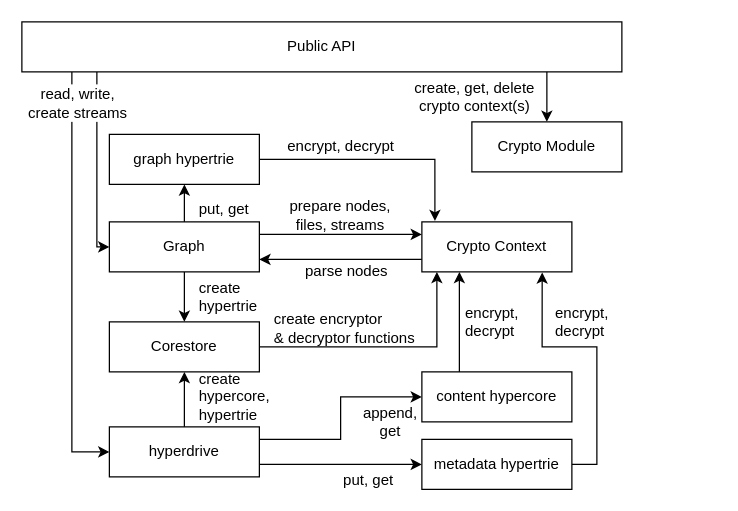
Before: docs/architecture-crypto.drawio in fsteff/certacrypt, a draw.io diagram. Source tidied: cells renumbered, new cells numbered last; positions are measured from the earlier drawing's top-left corner, leaving out a move shared by most shapes. Both pictures are drawn from the tidied source at 125%, with x=0, y=0 at pixel (21, 21).
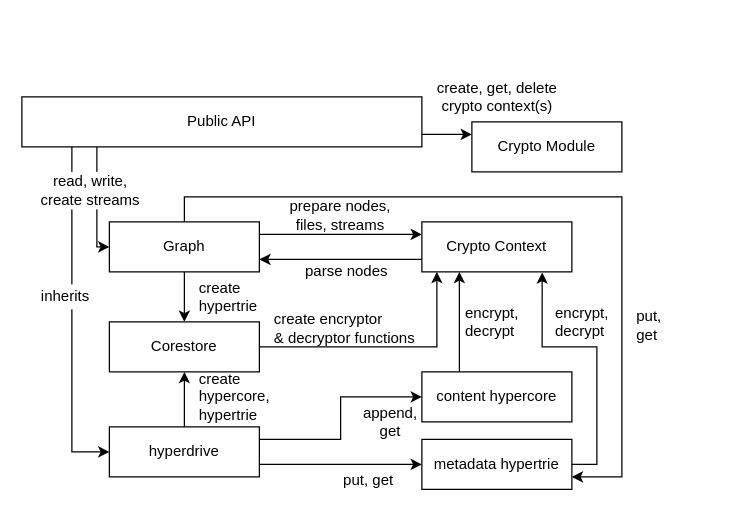
Above is the later version.

The change refers to these unchanged cells:
```xml
<mxCell id="7" value="Crypto Context" style="rounded=0;whiteSpace=wrap;html=1;" parent="1" vertex="1">
  <mxGeometry x="320" y="160" width="120" height="40" as="geometry" />
</mxCell>
<mxCell id="11" value="Graph" style="rounded=0;whiteSpace=wrap;html=1;" parent="1" vertex="1">
  <mxGeometry x="70" y="160" width="120" height="40" as="geometry" />
</mxCell>
<mxCell id="19" value="metadata hypertrie" style="rounded=0;whiteSpace=wrap;html=1;" parent="1" vertex="1">
  <mxGeometry x="320" y="334" width="120" height="40" as="geometry" />
</mxCell>
<mxCell id="33" value="Crypto Module" style="rounded=0;whiteSpace=wrap;html=1;labelBackgroundColor=none;align=center;" parent="1" vertex="1">
  <mxGeometry x="360" y="80" width="120" height="40" as="geometry" />
</mxCell>
```

What changed in the source:
```diff
@@
-    <mxCell id="3" style="edgeStyle=orthogonalEdgeStyle;rounded=0;jettySize=auto;html=1;entryX=0.5;entryY=0;entryDx=0;entryDy=0;exitX=0.867;exitY=0.925;exitDx=0;exitDy=0;exitPerimeter=0;" parent="1" edge="1" source="5" target="33">
-      <mxGeometry relative="1" as="geometry">
-        <Array as="points">
-          <mxPoint x="420" y="37" />
-        </Array>
-      </mxGeometry>
+    <mxCell id="3" style="edgeStyle=orthogonalEdgeStyle;rounded=0;jettySize=auto;html=1;entryX=0;entryY=0.25;entryDx=0;entryDy=0;exitX=1;exitY=0.75;exitDx=0;exitDy=0;" parent="1" edge="1" source="5" target="33">
+      <mxGeometry relative="1" as="geometry" />
     </mxCell>
@@
     <mxCell id="5" value="Public API" style="rounded=0;whiteSpace=wrap;html=1;" parent="1" vertex="1">
-      <mxGeometry width="480" height="40" as="geometry" />
+      <mxGeometry y="60" width="320" height="40" as="geometry" />
     </mxCell>
@@
-    <mxCell id="10" style="edgeStyle=orthogonalEdgeStyle;rounded=0;jettySize=auto;html=1;entryX=0.5;entryY=1;entryDx=0;entryDy=0;" parent="1" edge="1" source="11" target="30">
-      <mxGeometry relative="1" as="geometry" />
-    </mxCell>
+    <mxCell id="38" style="edgeStyle=none;rounded=0;jettySize=auto;html=1;entryX=1;entryY=0.75;entryDx=0;entryDy=0;" parent="1" edge="1" source="11" target="19">
+      <mxGeometry relative="1" as="geometry">
+        <Array as="points">
+          <mxPoint x="130" y="140" />
+          <mxPoint x="480" y="140" />
+          <mxPoint x="480" y="364" />
+        </Array>
+      </mxGeometry>
+    </mxCell>
@@
-    <mxCell id="29" style="edgeStyle=orthogonalEdgeStyle;rounded=0;jettySize=auto;html=1;entryX=0.087;entryY=-0.018;entryDx=0;entryDy=0;entryPerimeter=0;" parent="1" edge="1" source="30" target="7">
-      <mxGeometry relative="1" as="geometry">
-        <Array as="points">
-          <mxPoint x="330" y="110" />
-          <mxPoint x="330" y="159" />
-        </Array>
-      </mxGeometry>
-    </mxCell>
-    <mxCell id="30" value="graph hypertrie" style="rounded=0;whiteSpace=wrap;html=1;labelBackgroundColor=none;fillColor=#ffffff;align=center;" parent="1" vertex="1">
-      <mxGeometry x="70" y="90" width="120" height="40" as="geometry" />
-    </mxCell>
-    <mxCell id="31" value="encrypt, decrypt" style="text;html=1;strokeColor=none;fillColor=none;align=center;verticalAlign=middle;whiteSpace=wrap;rounded=0;labelBackgroundColor=none;" parent="1" vertex="1">
-      <mxGeometry x="207.5" y="90" width="95" height="20" as="geometry" />
-    </mxCell>
@@
-    <mxCell id="35" value="put, get" style="text;html=1;strokeColor=none;fillColor=none;align=left;verticalAlign=middle;whiteSpace=wrap;rounded=0;labelBackgroundColor=none;" parent="1" vertex="1">
-      <mxGeometry x="140" y="140" width="60" height="20" as="geometry" />
-    </mxCell>
     <mxCell id="36" value="read, write, create streams" style="text;html=1;strokeColor=none;align=center;verticalAlign=middle;whiteSpace=wrap;rounded=0;labelBackgroundColor=none;fillColor=#ffffff;" parent="1" vertex="1">
-      <mxGeometry y="50" width="90" height="30" as="geometry" />
+      <mxGeometry x="10" y="120" width="90" height="30" as="geometry" />
     </mxCell>
     <mxCell id="37" value="create, get, delete crypto context(s)" style="text;html=1;strokeColor=none;fillColor=none;align=center;verticalAlign=middle;whiteSpace=wrap;rounded=0;labelBackgroundColor=none;" parent="1" vertex="1">
-      <mxGeometry x="310" y="50" width="105" height="20" as="geometry" />
+      <mxGeometry x="327.5" y="50" width="105" height="20" as="geometry" />
     </mxCell>
+    <mxCell id="35" value="put, &lt;br&gt;get" style="text;html=1;strokeColor=none;fillColor=none;align=left;verticalAlign=middle;whiteSpace=wrap;rounded=0;" parent="1" vertex="1">
+      <mxGeometry x="490" y="236" width="65" height="14" as="geometry" />
+    </mxCell>
+    <mxCell id="39" value="inherits" style="text;html=1;strokeColor=none;align=center;verticalAlign=middle;whiteSpace=wrap;rounded=0;fillColor=#ffffff;" parent="1" vertex="1">
+      <mxGeometry x="10" y="210" width="50" height="20" as="geometry" />
+    </mxCell>
```
